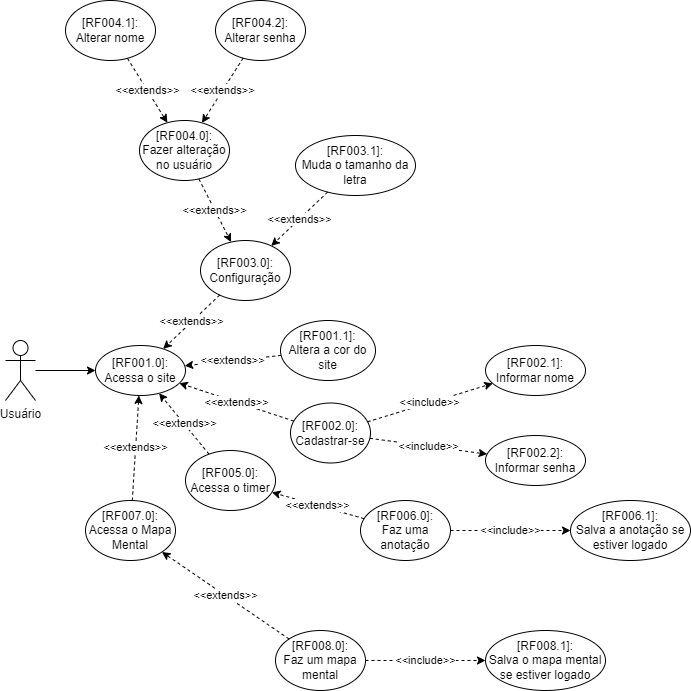
The draw.io diagram Documentos/Requisitos/uml_planejamento/DCU.png in Niniys/Domate, before a commit. Source tidied: cells renumbered, new cells last; positions are measured from the earlier drawing's top-left corner, leaving out a move shared by most shapes.
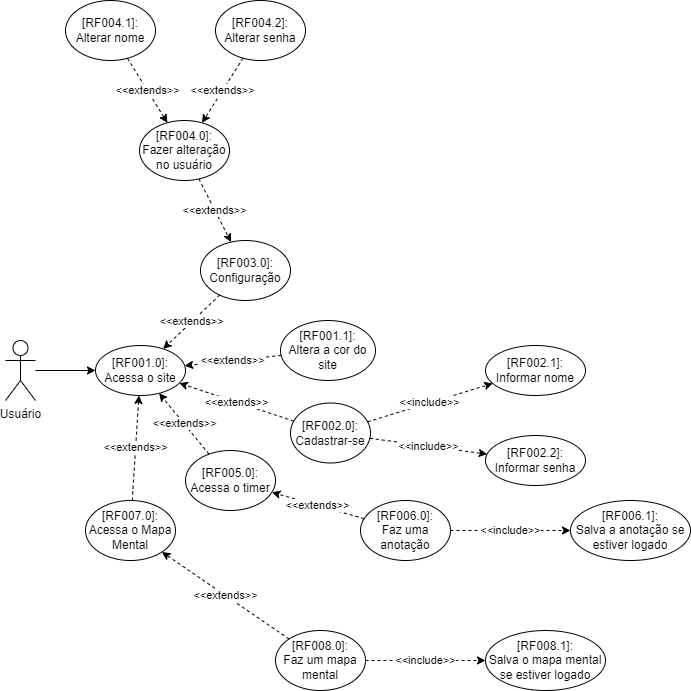
After the commit.

Change to the diagram source:
```diff
@@ -41,12 +41,6 @@
     <mxCell id="14" value="&amp;lt;&amp;lt;extends&amp;gt;&amp;gt;" style="endArrow=classic;html=1;rounded=0;dashed=1;" parent="1" edge="1" source="13" target="3">
       <mxGeometry relative="1" as="geometry" />
     </mxCell>
-    <mxCell id="15" value="&lt;span&gt;[RF003.1]:&lt;br&gt;&lt;/span&gt;Muda o tamanho da letra" style="ellipse;whiteSpace=wrap;html=1;" parent="1" vertex="1">
-      <mxGeometry x="290" y="135" width="120" height="60" as="geometry" />
-    </mxCell>
-    <mxCell id="16" value="&amp;lt;&amp;lt;extends&amp;gt;&amp;gt;" style="endArrow=classic;html=1;rounded=0;dashed=1;" parent="1" edge="1" source="15" target="13">
-      <mxGeometry relative="1" as="geometry" />
-    </mxCell>
     <mxCell id="17" value="&lt;span&gt;[RF004.0]:&lt;br&gt;&lt;/span&gt;Fazer alteração no usuário" style="ellipse;whiteSpace=wrap;html=1;" parent="1" vertex="1">
       <mxGeometry x="134" y="120" width="90" height="60" as="geometry" />
     </mxCell>
```
